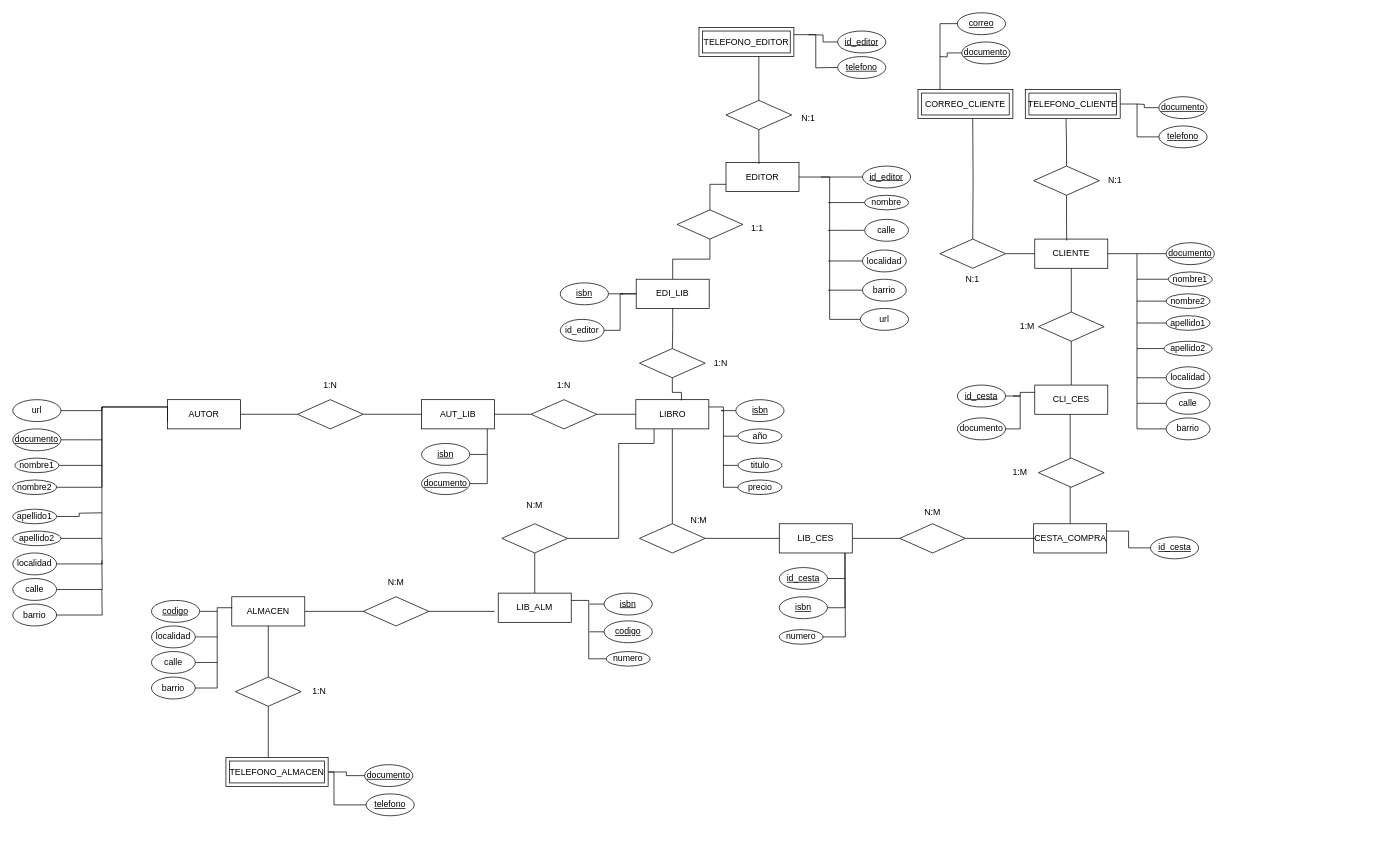
jcabarcasr/Investigaciones-DB1-DB2 keeps this draw.io diagram as Modelado/Taller1-BDD1.drawio. Above is the earlier version. Source tidied: cells renumbered, new cells numbered last; positions are measured from the earlier drawing's top-left corner, leaving out a move shared by most shapes. Both pictures are drawn from the tidied source at 73%, with x=0, y=0 at pixel (12, 12).
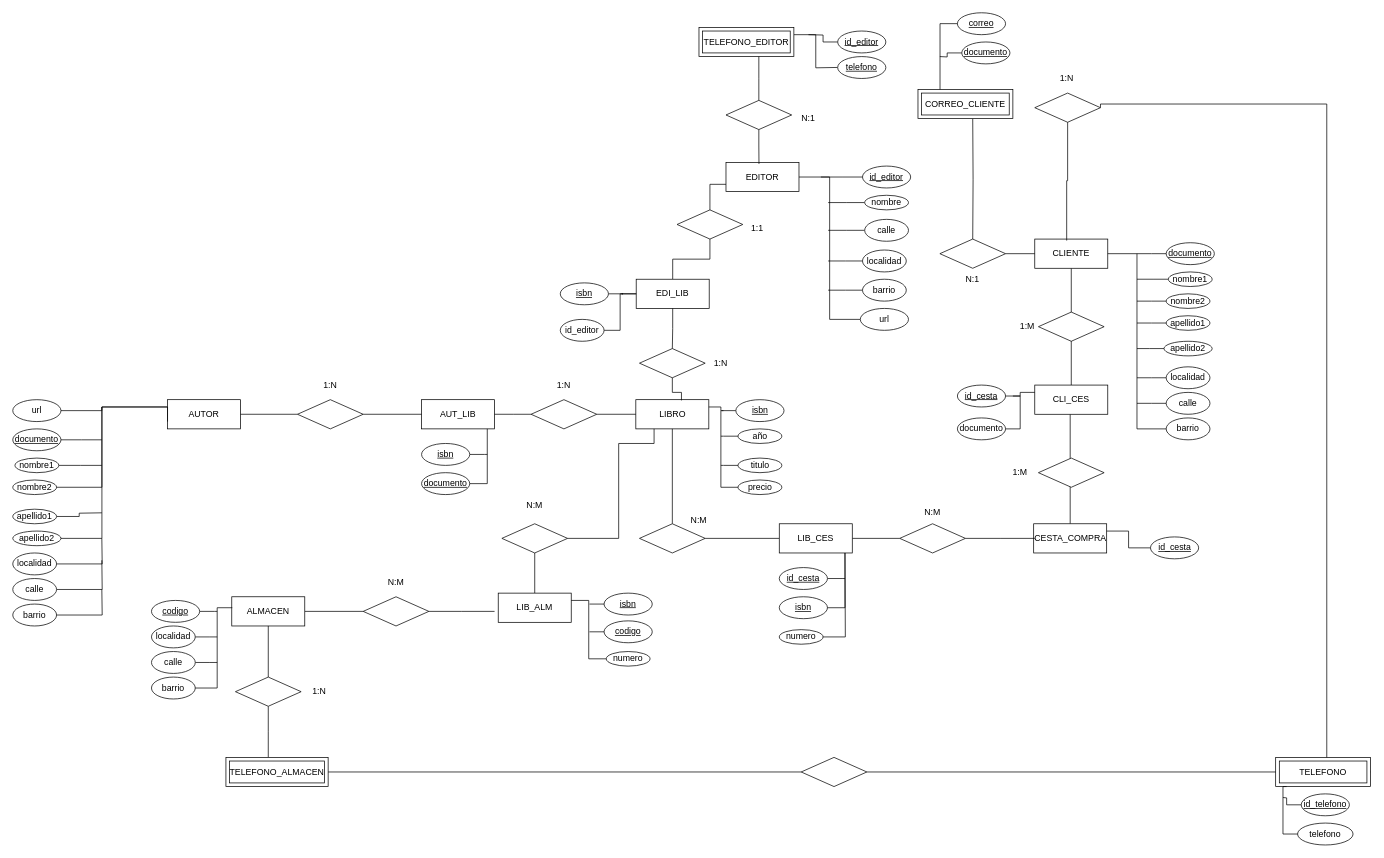
After the change.

Unchanged cells that the change refers to:
```xml
<mxCell id="49" style="group;" parent="1" vertex="1">
  <mxGeometry x="853.5" y="530" width="203" height="130" as="geometry" />
</mxCell>
<mxCell id="50" value="LIBRO" style="whiteSpace=wrap;html=1;align=center;" parent="49" vertex="1">
  <mxGeometry width="100" height="40" as="geometry" />
</mxCell>
<mxCell id="52" value="año" style="ellipse;whiteSpace=wrap;html=1;align=center;" parent="49" vertex="1">
  <mxGeometry x="140" y="40" width="60" height="20" as="geometry" />
</mxCell>
<mxCell id="54" value="titulo" style="ellipse;whiteSpace=wrap;html=1;align=center;" parent="49" vertex="1">
  <mxGeometry x="140" y="80" width="60" height="20" as="geometry" />
</mxCell>
<mxCell id="56" value="precio" style="ellipse;whiteSpace=wrap;html=1;align=center;" parent="49" vertex="1">
  <mxGeometry x="140" y="110" width="60" height="20" as="geometry" />
</mxCell>
<mxCell id="157" style="group;" parent="1" vertex="1">
  <mxGeometry x="312" y="1020" width="236" height="90" as="geometry" />
</mxCell>
<mxCell id="162" value="TELEFONO_ALMACEN" style="shape=ext;margin=3;double=1;whiteSpace=wrap;html=1;align=center;" parent="157" vertex="1">
  <mxGeometry x="-20" width="140" height="40" as="geometry" />
</mxCell>
```

The edit, as a diff of the source:
```diff
@@
     <mxCell id="51" style="edgeStyle=orthogonalEdgeStyle;rounded=0;jettySize=auto;html=1;endArrow=none;endFill=0;" parent="49" edge="1" source="52">
       <mxGeometry relative="1" as="geometry">
-        <mxPoint x="120" y="50" as="targetPoint" />
+        <mxPoint x="116.5" y="50" as="targetPoint" />
       </mxGeometry>
     </mxCell>
@@
     <mxCell id="53" style="edgeStyle=orthogonalEdgeStyle;rounded=0;jettySize=auto;html=1;endArrow=none;endFill=0;" parent="49" edge="1" source="54">
       <mxGeometry relative="1" as="geometry">
-        <mxPoint x="120" y="90" as="targetPoint" />
+        <mxPoint x="116.5" y="90" as="targetPoint" />
       </mxGeometry>
     </mxCell>
@@
     <mxCell id="55" style="edgeStyle=orthogonalEdgeStyle;rounded=0;jettySize=auto;html=1;entryX=1;entryY=0.25;entryDx=0;entryDy=0;endArrow=none;endFill=0;" parent="49" edge="1" source="56" target="50">
-      <mxGeometry relative="1" as="geometry" />
+      <mxGeometry relative="1" as="geometry">
+        <Array as="points">
+          <mxPoint x="116.5" y="120" />
+          <mxPoint x="116.5" y="10" />
+        </Array>
+      </mxGeometry>
     </mxCell>
@@
     <mxCell id="120" style="group;" parent="1" vertex="1">
-      <mxGeometry x="1400" y="105" width="236" height="80" as="geometry" />
+      <mxGeometry x="1400" y="105" width="460" height="955" as="geometry" />
     </mxCell>
-    <mxCell id="121" style="edgeStyle=orthogonalEdgeStyle;rounded=0;jettySize=auto;html=1;endArrow=none;endFill=0;" parent="120" edge="1" source="122">
-      <mxGeometry relative="1" as="geometry">
-        <mxPoint x="140" y="20" as="targetPoint" />
-      </mxGeometry>
-    </mxCell>
-    <mxCell id="122" value="documento" style="ellipse;whiteSpace=wrap;html=1;align=center;fontStyle=4;" parent="120" vertex="1">
-      <mxGeometry x="170" y="10" width="66" height="30" as="geometry" />
-    </mxCell>
     <mxCell id="123" style="edgeStyle=orthogonalEdgeStyle;rounded=0;jettySize=auto;html=1;entryX=1;entryY=0.5;entryDx=0;entryDy=0;endArrow=none;endFill=0;" parent="120" edge="1" target="125">
       <mxGeometry relative="1" as="geometry">
-        <mxPoint x="173" y="65" as="sourcePoint" />
+        <mxPoint x="90" y="25" as="sourcePoint" />
         <Array as="points">
-          <mxPoint x="140.1" y="65" />
-          <mxPoint x="140.1" y="20" />
+          <mxPoint x="90" y="20" />
+          <mxPoint x="400" y="20" />
         </Array>
       </mxGeometry>
     </mxCell>
-    <mxCell id="124" value="telefono" style="ellipse;whiteSpace=wrap;html=1;align=center;fontStyle=4;" parent="120" vertex="1">
-      <mxGeometry x="170" y="50" width="66" height="30" as="geometry" />
-    </mxCell>
+    <mxCell id="126" style="shape=rhombus;perimeter=rhombusPerimeter;whiteSpace=wrap;html=1;align=center;" parent="120" vertex="1">
+      <mxGeometry y="5" width="90" height="40" as="geometry" />
+    </mxCell>
-    <mxCell id="125" value="TELEFONO_CLIENTE" style="shape=ext;margin=3;double=1;whiteSpace=wrap;html=1;align=center;" parent="120" vertex="1">
-      <mxGeometry x="-13" width="130" height="40" as="geometry" />
+    <mxCell id="125" value="TELEFONO" style="shape=ext;margin=3;double=1;whiteSpace=wrap;html=1;align=center;" parent="120" vertex="1">
+      <mxGeometry x="330" y="915" width="130" height="40" as="geometry" />
     </mxCell>
-    <mxCell id="126" style="shape=rhombus;perimeter=rhombusPerimeter;whiteSpace=wrap;html=1;align=center;" parent="1" vertex="1">
-      <mxGeometry x="1398.5" y="210" width="90" height="40" as="geometry" />
-    </mxCell>
@@
-    <mxCell id="132" style="edgeStyle=orthogonalEdgeStyle;rounded=0;jettySize=auto;html=1;entryX=0.44;entryY=1.008;entryDx=0;entryDy=0;entryPerimeter=0;endArrow=none;endFill=0;" parent="1" edge="1" source="126">
-      <mxGeometry relative="1" as="geometry">
-        <mxPoint x="1442.8" y="145.3" as="targetPoint" />
-      </mxGeometry>
-    </mxCell>
@@
-    <mxCell id="158" style="edgeStyle=orthogonalEdgeStyle;rounded=0;jettySize=auto;html=1;endArrow=none;endFill=0;entryX=1;entryY=0.5;entryDx=0;entryDy=0;" parent="157" edge="1" source="159" target="162">
-      <mxGeometry relative="1" as="geometry" />
-    </mxCell>
-    <mxCell id="159" value="documento" style="ellipse;whiteSpace=wrap;html=1;align=center;fontStyle=4;" parent="157" vertex="1">
-      <mxGeometry x="170" y="10" width="66" height="30" as="geometry" />
-    </mxCell>
-    <mxCell id="160" style="edgeStyle=orthogonalEdgeStyle;rounded=0;orthogonalLoop=1;jettySize=auto;html=1;entryX=1;entryY=0.5;entryDx=0;entryDy=0;endArrow=none;endFill=0;" parent="157" edge="1">
-      <mxGeometry relative="1" as="geometry">
-        <mxPoint x="173" y="65.1" as="sourcePoint" />
-        <mxPoint x="120" y="20" as="targetPoint" />
-        <Array as="points">
-          <mxPoint x="128" y="65.1" />
-          <mxPoint x="128" y="20" />
-        </Array>
-      </mxGeometry>
-    </mxCell>
-    <mxCell id="161" value="telefono" style="ellipse;whiteSpace=wrap;html=1;align=center;fontStyle=4;" parent="157" vertex="1">
-      <mxGeometry x="172" y="50" width="66" height="30" as="geometry" />
-    </mxCell>
@@
-    <mxCell id="185" value="N:1" style="text;html=1;whiteSpace=wrap;strokeColor=none;fillColor=none;align=center;verticalAlign=middle;rounded=0;" parent="1" vertex="1">
-      <mxGeometry x="1480" y="215" width="60" height="30" as="geometry" />
+    <mxCell id="185" value="1:N" style="text;html=1;whiteSpace=wrap;strokeColor=none;fillColor=none;align=center;verticalAlign=middle;rounded=0;" parent="1" vertex="1">
+      <mxGeometry x="1414" y="75" width="60" height="30" as="geometry" />
     </mxCell>
+    <mxCell id="186" style="edgeStyle=orthogonalEdgeStyle;rounded=0;jettySize=auto;html=1;endArrow=none;endFill=0;" parent="1" edge="1" source="122">
+      <mxGeometry relative="1" as="geometry">
+        <mxPoint x="1740" y="1075" as="targetPoint" />
+      </mxGeometry>
+    </mxCell>
+    <mxCell id="122" value="id_telefono" style="ellipse;whiteSpace=wrap;html=1;align=center;fontStyle=4;" parent="1" vertex="1">
+      <mxGeometry x="1765" y="1070" width="66" height="30" as="geometry" />
+    </mxCell>
+    <mxCell id="187" value="telefono" style="ellipse;whiteSpace=wrap;html=1;align=center;" parent="1" vertex="1">
+      <mxGeometry x="1760" y="1110" width="76" height="30" as="geometry" />
+    </mxCell>
+    <mxCell id="188" style="edgeStyle=orthogonalEdgeStyle;rounded=0;jettySize=auto;html=1;entryX=0.115;entryY=1;entryDx=0;entryDy=0;entryPerimeter=0;endArrow=none;endFill=0;" parent="1" edge="1" source="187" target="125">
+      <mxGeometry relative="1" as="geometry">
+        <Array as="points">
+          <mxPoint x="1740" y="1125" />
+          <mxPoint x="1740" y="1060" />
+        </Array>
+      </mxGeometry>
+    </mxCell>
+    <mxCell id="189" style="edgeStyle=orthogonalEdgeStyle;rounded=0;jettySize=auto;html=1;entryX=0;entryY=0.5;entryDx=0;entryDy=0;endArrow=none;endFill=0;" parent="1" edge="1" source="190" target="125">
+      <mxGeometry relative="1" as="geometry" />
+    </mxCell>
+    <mxCell id="190" style="shape=rhombus;perimeter=rhombusPerimeter;whiteSpace=wrap;html=1;align=center;" parent="1" vertex="1">
+      <mxGeometry x="1080" y="1020" width="90" height="40" as="geometry" />
+    </mxCell>
+    <mxCell id="158" style="edgeStyle=orthogonalEdgeStyle;rounded=0;jettySize=auto;html=1;endArrow=none;endFill=0;entryX=1;entryY=0.5;entryDx=0;entryDy=0;exitX=0;exitY=0.5;exitDx=0;exitDy=0;" parent="1" edge="1" source="190" target="162">
+      <mxGeometry relative="1" as="geometry" />
+    </mxCell>
```
